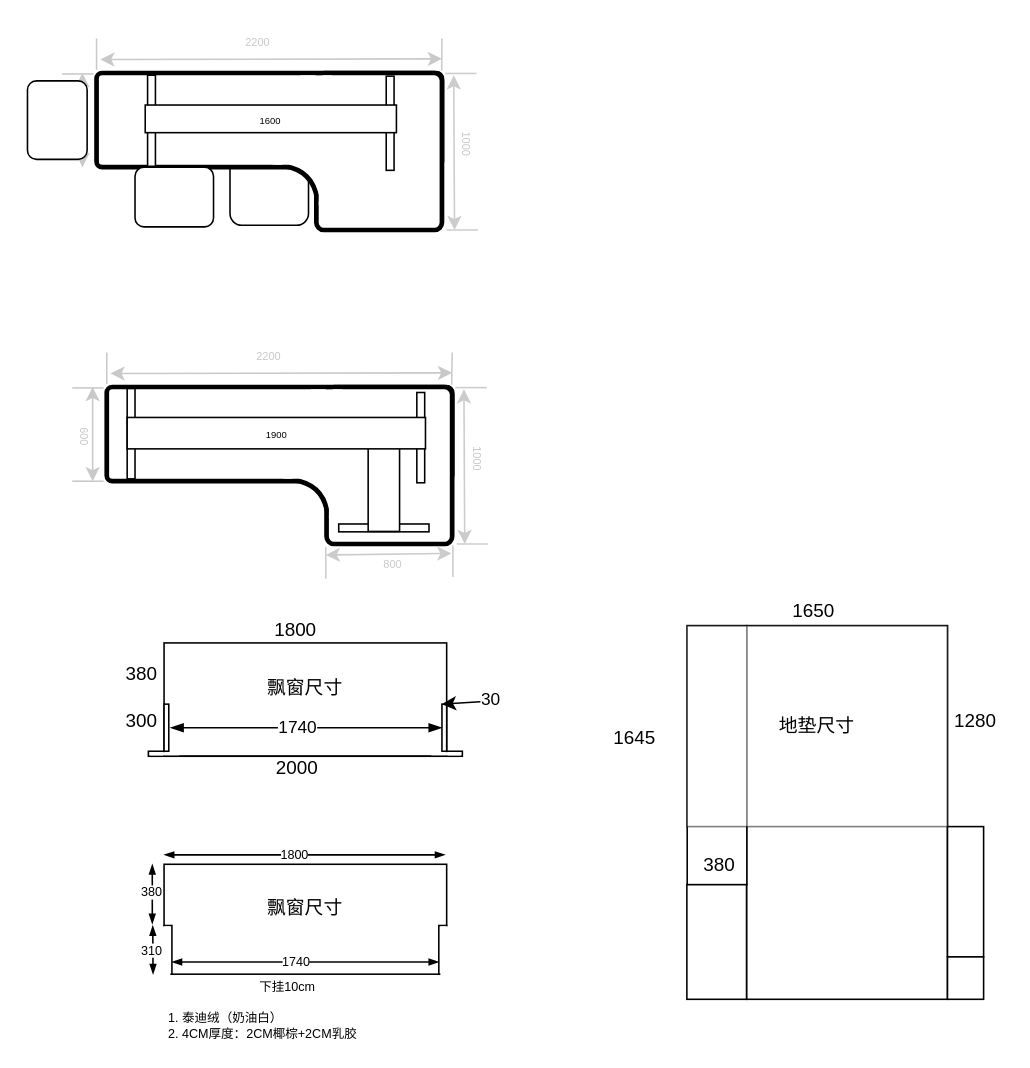
Earlier version of the draw.io diagram page "第 16 页" (16 of 16) of design.drawio (iswade/iswade). Source tidied: cells renumbered, new cells numbered last; positions are measured from the earlier drawing's top-left corner, leaving out a move shared by most shapes. Both pictures are drawn from the tidied source at 157%, with x=0, y=0 at pixel (17, 27).
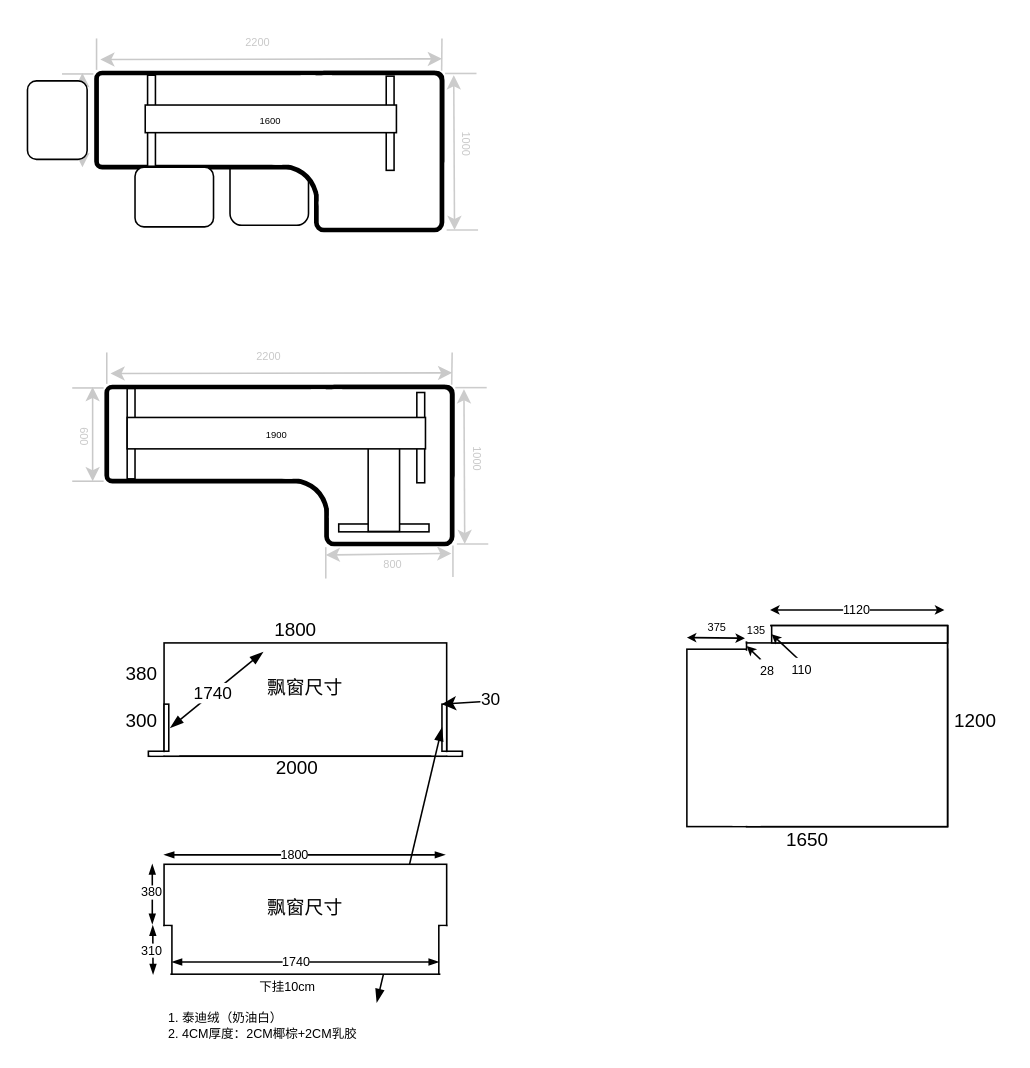
After the change.

The change refers to these unchanged cells:
```xml
<mxCell id="57" style="rounded=0;whiteSpace=wrap;html=1;" parent="1" vertex="1">
  <mxGeometry x="270" y="431" width="3" height="30" as="geometry" />
</mxCell>
```

What changed in the source:
```diff
@@
+    <mxCell id="92" style="rounded=0;whiteSpace=wrap;html=1;" parent="1" vertex="1">
+      <mxGeometry x="426" y="396" width="166" height="113" as="geometry" />
+    </mxCell>
+    <mxCell id="93" style="rounded=0;whiteSpace=wrap;html=1;opacity=50;" parent="1" vertex="1">
+      <mxGeometry x="464.2" y="381" width="128" height="128" as="geometry" />
+    </mxCell>
     <mxCell id="2" style="rounded=0;whiteSpace=wrap;html=1;" parent="1" vertex="1">
-      <mxGeometry x="464" y="381" width="128" height="238" as="geometry" />
+      <mxGeometry x="464" y="381" width="128" height="128" as="geometry" />
     </mxCell>
@@
-    <mxCell id="65" style="rounded=0;whiteSpace=wrap;html=1;" parent="1" vertex="1">
-      <mxGeometry x="426.2" y="381" width="38" height="165" as="geometry" />
-    </mxCell>
-    <mxCell id="66" style="rounded=0;whiteSpace=wrap;html=1;" parent="1" vertex="1">
-      <mxGeometry x="592" y="509" width="23" height="83" as="geometry" />
-    </mxCell>
-    <mxCell id="67" style="rounded=0;whiteSpace=wrap;html=1;" parent="1" vertex="1">
-      <mxGeometry x="426" y="546" width="38" height="73" as="geometry" />
-    </mxCell>
-    <mxCell id="68" style="rounded=0;whiteSpace=wrap;html=1;" parent="1" vertex="1">
-      <mxGeometry x="592" y="592" width="23" height="27" as="geometry" />
-    </mxCell>
-    <mxCell id="69" value="1280" style="text;html=1;align=center;verticalAlign=middle;whiteSpace=wrap;rounded=0;" parent="1" vertex="1">
+    <mxCell id="69" value="1200" style="text;html=1;align=center;verticalAlign=middle;whiteSpace=wrap;rounded=0;" parent="1" vertex="1">
       <mxGeometry x="593" y="427" width="34" height="30" as="geometry" />
     </mxCell>
     <mxCell id="70" value="1650" style="text;html=1;align=center;verticalAlign=middle;whiteSpace=wrap;rounded=0;" parent="1" vertex="1">
-      <mxGeometry x="477" y="357" width="60" height="30" as="geometry" />
+      <mxGeometry x="473" y="511" width="60" height="14" as="geometry" />
     </mxCell>
-    <mxCell id="71" value="1645" style="text;html=1;align=center;verticalAlign=middle;whiteSpace=wrap;rounded=0;" parent="1" vertex="1">
-      <mxGeometry x="363" y="438" width="60" height="30" as="geometry" />
-    </mxCell>
-    <mxCell id="72" value="380" style="text;html=1;align=center;verticalAlign=middle;whiteSpace=wrap;rounded=0;" parent="1" vertex="1">
-      <mxGeometry x="417" y="519" width="60" height="30" as="geometry" />
-    </mxCell>
     <mxCell id="73" style="endArrow=blockThin;startArrow=blockThin;html=1;rounded=0;entryX=0;entryY=0.5;entryDx=0;entryDy=0;startFill=1;endFill=1;" parent="1" edge="1" target="57">
       <mxGeometry relative="1" as="geometry">
-        <mxPoint x="97" y="446" as="sourcePoint" />
+        <mxPoint x="228.5" y="620.9" as="sourcePoint" />
       </mxGeometry>
     </mxCell>
-    <mxCell id="74" value="1740" style="edgeLabel;html=1;align=center;verticalAlign=middle;" parent="73" vertex="1">
-      <mxGeometry x="-0.08" y="1" relative="1" as="geometry" />
-    </mxCell>
@@
-    <mxCell id="91" value="地垫尺寸" style="rounded=0;whiteSpace=wrap;html=1;opacity=50;" parent="1" vertex="1">
-      <mxGeometry x="426" y="381" width="166" height="128" as="geometry" />
-    </mxCell>
+    <mxCell id="94" style="endArrow=blockThin;startArrow=blockThin;html=1;rounded=0;entryX=0;entryY=0.5;entryDx=0;entryDy=0;startFill=1;endFill=1;" parent="1" edge="1">
+      <mxGeometry relative="1" as="geometry">
+        <mxPoint x="97" y="446" as="sourcePoint" />
+        <mxPoint x="156" y="397.9" as="targetPoint" />
+      </mxGeometry>
+    </mxCell>
+    <mxCell id="74" value="1740" style="edgeLabel;html=1;align=center;verticalAlign=middle;" parent="94" vertex="1">
+      <mxGeometry x="-0.08" y="1" relative="1" as="geometry" />
+    </mxCell>
+    <mxCell id="95" style="rounded=0;whiteSpace=wrap;html=1;fillColor=default;strokeColor=none;" parent="1" vertex="1">
+      <mxGeometry x="480" y="347.5" width="13.5" height="11" as="geometry" />
+    </mxCell>
+    <mxCell id="96" style="rounded=0;whiteSpace=wrap;html=1;" parent="1" vertex="1">
+      <mxGeometry x="464" y="381" width="128" height="11" as="geometry" />
+    </mxCell>
+    <mxCell id="97" style="rounded=0;whiteSpace=wrap;html=1;" parent="1" vertex="1">
+      <mxGeometry x="480" y="381" width="112" height="11" as="geometry" />
+    </mxCell>
+    <mxCell id="98" value="135" style="rounded=0;whiteSpace=wrap;html=1;strokeColor=none;fontSize=7;" parent="1" vertex="1">
+      <mxGeometry x="462" y="378.2" width="17" height="12.8" as="geometry" />
+    </mxCell>
+    <mxCell id="99" style="rounded=0;whiteSpace=wrap;html=1;strokeColor=none;" parent="1" vertex="1">
+      <mxGeometry x="455" y="397" width="18" height="111.5" as="geometry" />
+    </mxCell>
+    <mxCell id="100" style="endArrow=classic;startArrow=classic;html=1;rounded=0;startSize=3;endSize=3;" parent="1" edge="1">
+      <mxGeometry relative="1" as="geometry">
+        <mxPoint x="479" y="371" as="sourcePoint" />
+        <mxPoint x="590" y="371" as="targetPoint" />
+      </mxGeometry>
+    </mxCell>
+    <mxCell id="101" value="1120" style="edgeLabel;html=1;align=center;verticalAlign=middle;fontSize=8;" parent="100" vertex="1">
+      <mxGeometry x="-0.02" y="1" relative="1" as="geometry" />
+    </mxCell>
+    <mxCell id="102" style="endArrow=classic;startArrow=classic;html=1;rounded=0;startSize=3;endSize=3;fontSize=6;" parent="1" edge="1">
+      <mxGeometry relative="1" as="geometry">
+        <mxPoint x="426" y="388.6" as="sourcePoint" />
+        <mxPoint x="463" y="389" as="targetPoint" />
+      </mxGeometry>
+    </mxCell>
+    <mxCell id="103" value="&lt;font style=&quot;font-size: 7px;&quot;&gt;375&lt;/font&gt;" style="edgeLabel;html=1;align=center;verticalAlign=middle;" parent="102" vertex="1">
+      <mxGeometry x="-0.02" y="1" relative="1" as="geometry">
+        <mxPoint y="-7" as="offset" />
+      </mxGeometry>
+    </mxCell>
+    <mxCell id="104" style="endArrow=classic;html=1;rounded=0;entryX=0.001;entryY=0.102;entryDx=0;entryDy=0;entryPerimeter=0;exitX=1.01;exitY=0.051;exitDx=0;exitDy=0;exitPerimeter=0;fontSize=8;endSize=3;startSize=3;" parent="1" edge="1" source="99" target="2">
+      <mxGeometry relative="1" as="geometry" />
+    </mxCell>
+    <mxCell id="105" value="&lt;font style=&quot;font-size: 8px;&quot;&gt;28&lt;/font&gt;" style="edgeLabel;html=1;align=center;verticalAlign=middle;" parent="104" vertex="1">
+      <mxGeometry x="-0.03" y="-1" relative="1" as="geometry">
+        <mxPoint x="7" y="11" as="offset" />
+      </mxGeometry>
+    </mxCell>
+    <mxCell id="106" style="endArrow=classic;html=1;rounded=0;entryX=0;entryY=0.5;entryDx=0;entryDy=0;fontSize=8;endSize=3;startSize=3;" parent="1" edge="1" target="97">
+      <mxGeometry relative="1" as="geometry">
+        <mxPoint x="502" y="407" as="sourcePoint" />
+      </mxGeometry>
+    </mxCell>
+    <mxCell id="107" value="&lt;font style=&quot;font-size: 8px;&quot;&gt;110&lt;/font&gt;" style="edgeLabel;html=1;align=center;verticalAlign=middle;" parent="106" vertex="1">
+      <mxGeometry x="-0.03" y="-1" relative="1" as="geometry">
+        <mxPoint x="7" y="11" as="offset" />
+      </mxGeometry>
+    </mxCell>
```
